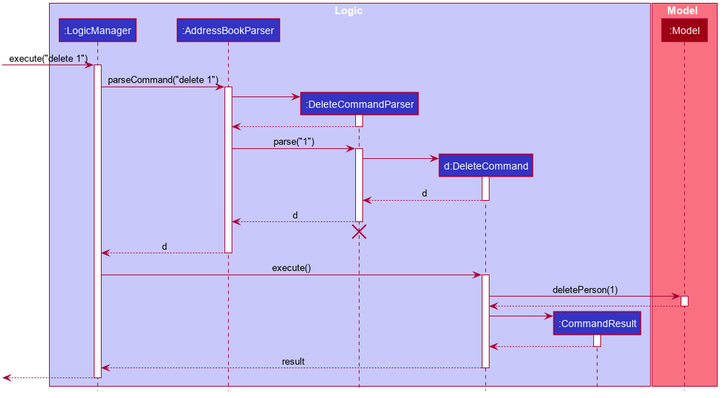
The PlantUML diagram docs/images/RemoveSequenceDiagram.png in nus-cs2103-AY2021S2/tp, before a commit.
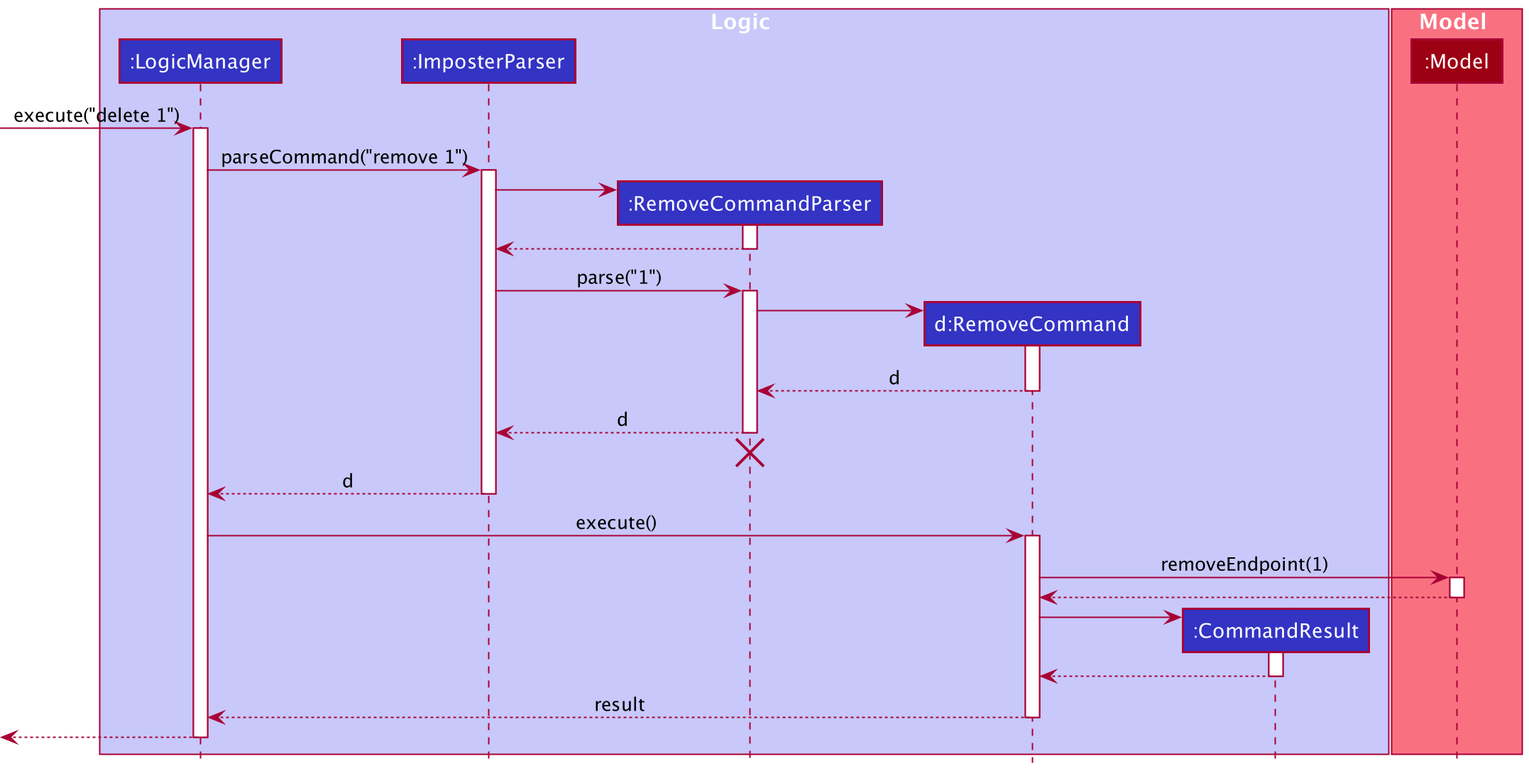
The same diagram one commit later.

Change to the diagram source:
```diff
@@ -1,114 +1,67 @@
 @startuml
+!include style.puml
 
-
-
-
-
-
-
-
-skinparam BackgroundColor #FFFFFFF
-
-skinparam Shadowing false
-
-skinparam Class {
-    FontColor #FFFFFF
-    BorderThickness 1
-    BorderColor #FFFFFF
-    StereotypeFontColor #FFFFFF
-    FontName Arial
-}
-
-skinparam Actor {
-    BorderColor #000000
-    Color #000000
-    FontName Arial
-}
-
-skinparam Sequence {
-    MessageAlign center
-    BoxFontSize 15
-    BoxPadding 0
-    BoxFontColor #FFFFFF
-    FontName Arial
-}
-
-skinparam Participant {
-    FontColor #FFFFFFF
-    Padding 20
-}
-
-skinparam MinClassWidth 50
-skinparam ParticipantPadding 10
-skinparam Shadowing false
-skinparam DefaultTextAlignment center
-skinparam packageStyle Rectangle
-
-hide footbox
-hide members
-hide circle
-
-box Logic #C8C8FA
-participant ":LogicManager" as LogicManager #3333C4
-participant ":AddressBookParser" as AddressBookParser #3333C4
-participant ":DeleteCommandParser" as DeleteCommandParser #3333C4
-participant "d:DeleteCommand" as DeleteCommand #3333C4
-participant ":CommandResult" as CommandResult #3333C4
+box Logic LOGIC_COLOR_T1
+participant ":LogicManager" as LogicManager LOGIC_COLOR
+participant ":ImposterParser" as ImposterParser LOGIC_COLOR
+participant ":RemoveCommandParser" as RemoveCommandParser LOGIC_COLOR
+participant "d:RemoveCommand" as RemoveCommand LOGIC_COLOR
+participant ":CommandResult" as CommandResult LOGIC_COLOR
 end box
 
-box Model #F97181
-participant ":Model" as Model #9D0012
+box Model MODEL_COLOR_T1
+participant ":Model" as Model MODEL_COLOR
 end box
 
 [-> LogicManager : execute("delete 1")
 activate LogicManager
 
-LogicManager -> AddressBookParser : parseCommand("delete 1")
-activate AddressBookParser
+LogicManager -> ImposterParser : parseCommand("remove 1")
+activate ImposterParser
 
-create DeleteCommandParser
-AddressBookParser -> DeleteCommandParser
-activate DeleteCommandParser
+create RemoveCommandParser
+ImposterParser -> RemoveCommandParser
+activate RemoveCommandParser
 
-DeleteCommandParser --> AddressBookParser
-deactivate DeleteCommandParser
+RemoveCommandParser --> ImposterParser
+deactivate RemoveCommandParser
 
-AddressBookParser -> DeleteCommandParser : parse("1")
-activate DeleteCommandParser
+ImposterParser -> RemoveCommandParser : parse("1")
+activate RemoveCommandParser
 
-create DeleteCommand
-DeleteCommandParser -> DeleteCommand
-activate DeleteCommand
+create RemoveCommand
+RemoveCommandParser -> RemoveCommand
+activate RemoveCommand
 
-DeleteCommand --> DeleteCommandParser : d
-deactivate DeleteCommand
+RemoveCommand --> RemoveCommandParser : d
+deactivate RemoveCommand
 
-DeleteCommandParser --> AddressBookParser : d
-deactivate DeleteCommandParser
-DeleteCommandParser -[hidden]-> AddressBookParser
-destroy DeleteCommandParser
+RemoveCommandParser --> ImposterParser : d
+deactivate RemoveCommandParser
+RemoveCommandParser -[hidden]-> ImposterParser
+destroy RemoveCommandParser
 
-AddressBookParser --> LogicManager : d
-deactivate AddressBookParser
+ImposterParser --> LogicManager : d
+deactivate ImposterParser
 
-LogicManager -> DeleteCommand : execute()
-activate DeleteCommand
+LogicManager -> RemoveCommand : execute()
+activate RemoveCommand
 
-DeleteCommand -> Model : deletePerson(1)
+RemoveCommand -> Model : removeEndpoint(1)
 activate Model
 
-Model --> DeleteCommand
+Model --> RemoveCommand
 deactivate Model
 
 create CommandResult
-DeleteCommand -> CommandResult
+RemoveCommand -> CommandResult
 activate CommandResult
 
-CommandResult --> DeleteCommand
+CommandResult --> RemoveCommand
 deactivate CommandResult
 
-DeleteCommand --> LogicManager : result
-deactivate DeleteCommand
+RemoveCommand --> LogicManager : result
+deactivate RemoveCommand
 
 [<--LogicManager
 deactivate LogicManager
```
